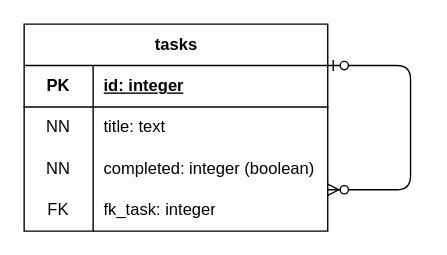
The draw.io diagram docs/DER.drawio in guilhermepk/tasker, before the edit. Source tidied: cells renumbered, new cells numbered last; positions are measured from the earlier drawing's top-left corner, leaving out a move shared by most shapes. Both pictures are drawn from the tidied source at 138%, with x=0, y=0 at pixel (23, 23).
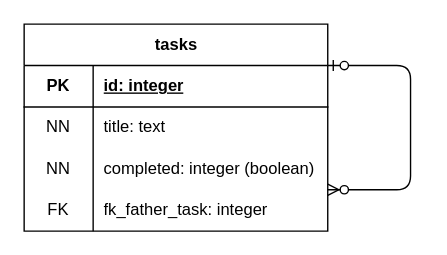
The same diagram, later.

Change to the diagram source:
```diff
@@
 <mxGraphModel>
   <root>
     <mxCell id="0" />
     <mxCell id="1" parent="0" />
     <mxCell id="2" value="tasks" style="shape=table;startSize=30;childLayout=tableLayout;rowLines=0;fontStyle=1;align=center;html=1;" parent="1" vertex="1">
       <mxGeometry width="220" height="150" as="geometry" />
     </mxCell>
     <mxCell id="3" style="shape=tableRow;horizontal=0;startSize=0;swimlaneHead=0;swimlaneBody=0;fillColor=none;top=0;left=0;right=0;bottom=1;" parent="2" vertex="1">
       <mxGeometry y="30" width="220" height="30" as="geometry" />
     </mxCell>
     <mxCell id="4" value="PK" style="shape=partialRectangle;fillColor=none;top=0;left=0;bottom=0;right=0;fontStyle=1;overflow=hidden;whiteSpace=wrap;html=1;" parent="3" vertex="1">
       <mxGeometry width="50" height="30" as="geometry" />
     </mxCell>
     <mxCell id="5" value="id: integer" style="shape=partialRectangle;fillColor=none;top=0;left=0;bottom=0;right=0;align=left;spacingLeft=6;fontStyle=5;overflow=hidden;whiteSpace=wrap;html=1;" parent="3" vertex="1">
       <mxGeometry x="50" width="170" height="30" as="geometry" />
     </mxCell>
     <mxCell id="6" style="shape=tableRow;horizontal=0;startSize=0;swimlaneHead=0;swimlaneBody=0;fillColor=none;top=0;left=0;right=0;bottom=0;" parent="2" vertex="1">
       <mxGeometry y="60" width="220" height="30" as="geometry" />
     </mxCell>
     <mxCell id="7" value="NN" style="shape=partialRectangle;fillColor=none;top=0;left=0;bottom=0;right=0;overflow=hidden;whiteSpace=wrap;html=1;" parent="6" vertex="1">
       <mxGeometry width="50" height="30" as="geometry" />
     </mxCell>
     <mxCell id="8" value="title: text" style="shape=partialRectangle;fillColor=none;top=0;left=0;bottom=0;right=0;align=left;spacingLeft=6;overflow=hidden;whiteSpace=wrap;html=1;" parent="6" vertex="1">
       <mxGeometry x="50" width="170" height="30" as="geometry" />
     </mxCell>
     <mxCell id="9" style="shape=tableRow;horizontal=0;startSize=0;swimlaneHead=0;swimlaneBody=0;fillColor=none;top=0;left=0;right=0;bottom=0;" parent="2" vertex="1">
       <mxGeometry y="90" width="220" height="30" as="geometry" />
     </mxCell>
     <mxCell id="10" value="NN" style="shape=partialRectangle;fillColor=none;top=0;left=0;bottom=0;right=0;overflow=hidden;whiteSpace=wrap;html=1;" parent="9" vertex="1">
       <mxGeometry width="50" height="30" as="geometry" />
     </mxCell>
     <mxCell id="11" value="completed: integer (boolean)" style="shape=partialRectangle;fillColor=none;top=0;left=0;bottom=0;right=0;align=left;spacingLeft=6;overflow=hidden;whiteSpace=wrap;html=1;" parent="9" vertex="1">
       <mxGeometry x="50" width="170" height="30" as="geometry" />
     </mxCell>
     <mxCell id="12" style="shape=tableRow;horizontal=0;startSize=0;swimlaneHead=0;swimlaneBody=0;fillColor=none;top=0;left=0;right=0;bottom=0;" parent="2" vertex="1">
       <mxGeometry y="120" width="220" height="30" as="geometry" />
     </mxCell>
     <mxCell id="13" value="FK" style="shape=partialRectangle;fillColor=none;top=0;left=0;bottom=0;right=0;overflow=hidden;whiteSpace=wrap;html=1;" parent="12" vertex="1">
       <mxGeometry width="50" height="30" as="geometry" />
     </mxCell>
-    <mxCell id="14" value="fk_task: integer" style="shape=partialRectangle;fillColor=none;top=0;left=0;bottom=0;right=0;align=left;spacingLeft=6;overflow=hidden;whiteSpace=wrap;html=1;" parent="12" vertex="1">
+    <mxCell id="14" value="fk_father_task: integer" style="shape=partialRectangle;fillColor=none;top=0;left=0;bottom=0;right=0;align=left;spacingLeft=6;overflow=hidden;whiteSpace=wrap;html=1;" parent="12" vertex="1">
       <mxGeometry x="50" width="170" height="30" as="geometry" />
     </mxCell>
     <mxCell id="15" style="edgeStyle=entityRelationEdgeStyle;fontSize=12;html=1;endArrow=ERzeroToMany;startArrow=ERzeroToOne;" parent="1" edge="1" source="2" target="2">
       <mxGeometry relative="1" as="geometry">
         <Array as="points">
           <mxPoint x="280" y="30" />
         </Array>
       </mxGeometry>
     </mxCell>
   </root>
 </mxGraphModel>
```
